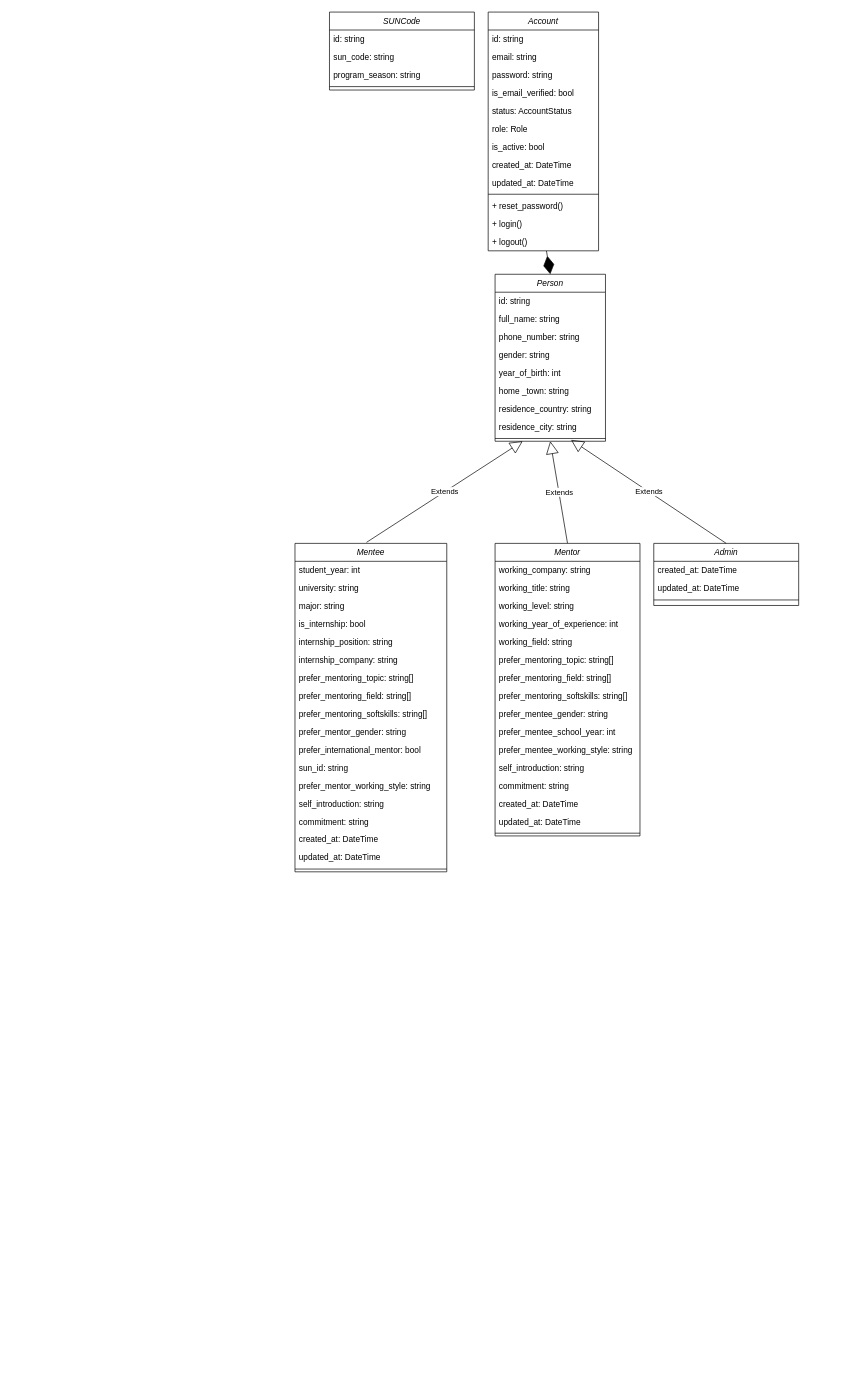
Before: docs/scc_class_diagram.drawio in scc-big-buddy-liltle-buddy/documentation, a draw.io diagram. Source tidied: cells renumbered, new cells numbered last; positions are measured from the earlier drawing's top-left corner, leaving out a move shared by most shapes. Both pictures are drawn from the tidied source at 69%, with x=0, y=0 at pixel (295, 12).
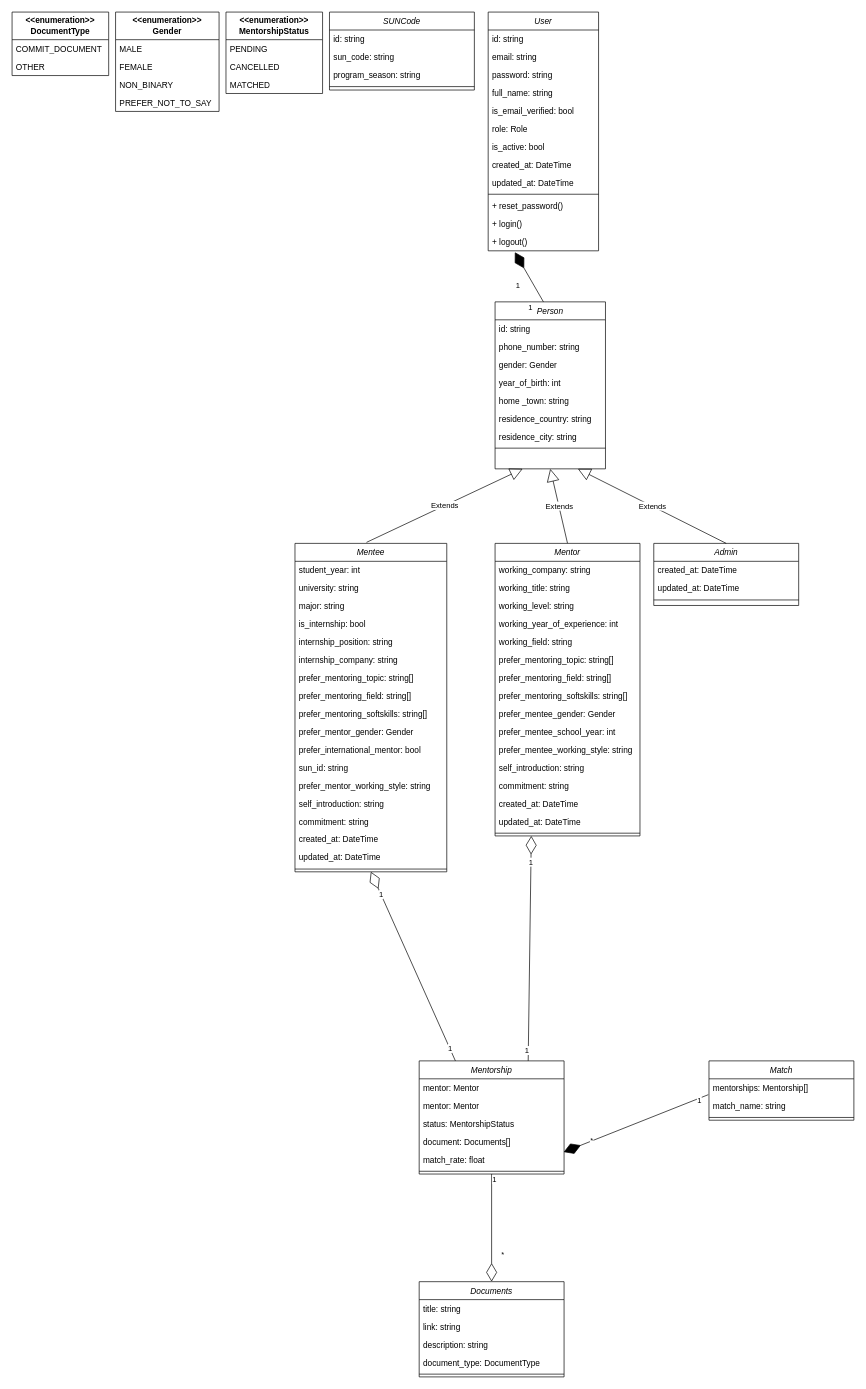
The same page after the edit.

The change refers to these unchanged cells:
```xml
<mxCell id="15" value="+ logout()" style="text;align=left;verticalAlign=top;spacingLeft=4;spacingRight=4;overflow=hidden;points=[[0,0.5],[1,0.5]];portConstraint=eastwest;" parent="2" vertex="1">
  <mxGeometry y="320" width="160" height="26" as="geometry" />
</mxCell>
<mxCell id="29" value="Mentee" style="swimlane;fontStyle=2;align=center;verticalAlign=top;horizontal=1;startSize=26;rounded=0;shadow=0;strokeWidth=1;" parent="1" vertex="1">
  <mxGeometry y="770" width="220" height="476" as="geometry" />
</mxCell>
<mxCell id="48" value="Mentor" style="swimlane;fontStyle=2;align=center;verticalAlign=top;horizontal=1;startSize=26;rounded=0;shadow=0;strokeWidth=1;" parent="1" vertex="1">
  <mxGeometry x="290" y="770" width="210" height="424" as="geometry" />
</mxCell>
<mxCell id="65" value="Admin" style="swimlane;fontStyle=2;align=center;verticalAlign=top;horizontal=1;startSize=26;rounded=0;shadow=0;strokeWidth=1;" parent="1" vertex="1">
  <mxGeometry x="520" y="770" width="210" height="90" as="geometry" />
</mxCell>
```

Diff of the diagram source:
```diff
@@
-    <mxCell id="2" value="Account" style="swimlane;fontStyle=2;align=center;verticalAlign=top;horizontal=1;startSize=26;rounded=0;shadow=0;strokeWidth=1;" parent="1" vertex="1">
+    <mxCell id="2" value="User" style="swimlane;fontStyle=2;align=center;verticalAlign=top;horizontal=1;startSize=26;rounded=0;shadow=0;strokeWidth=1;" parent="1" vertex="1">
       <mxGeometry x="280" width="160" height="346" as="geometry" />
     </mxCell>
@@
+    <mxCell id="19" value="full_name: string" style="text;align=left;verticalAlign=top;spacingLeft=4;spacingRight=4;overflow=hidden;rounded=0;shadow=0;html=0;" parent="2" vertex="1">
+      <mxGeometry y="104" width="160" height="26" as="geometry" />
+    </mxCell>
     <mxCell id="6" value="is_email_verified: bool" style="text;align=left;verticalAlign=top;spacingLeft=4;spacingRight=4;overflow=hidden;rounded=0;shadow=0;html=0;" parent="2" vertex="1">
-      <mxGeometry y="104" width="160" height="26" as="geometry" />
+      <mxGeometry y="130" width="160" height="26" as="geometry" />
     </mxCell>
-    <mxCell id="7" value="status: AccountStatus" style="text;align=left;verticalAlign=top;spacingLeft=4;spacingRight=4;overflow=hidden;rounded=0;shadow=0;html=0;" parent="2" vertex="1">
-      <mxGeometry y="130" width="160" height="26" as="geometry" />
-    </mxCell>
@@
-    <mxCell id="16" style="endArrow=diamondThin;endFill=1;endSize=24;html=1;rounded=0;exitX=0.528;exitY=1.005;exitDx=0;exitDy=0;exitPerimeter=0;entryX=0.5;entryY=0;entryDx=0;entryDy=0;" parent="1" edge="1" source="15" target="17">
-      <mxGeometry relative="1" as="geometry" />
-    </mxCell>
     <mxCell id="17" value="Person" style="swimlane;fontStyle=2;align=center;verticalAlign=top;horizontal=1;startSize=26;rounded=0;shadow=0;strokeWidth=1;" parent="1" vertex="1">
-      <mxGeometry x="290" y="380" width="160" height="242" as="geometry" />
+      <mxGeometry x="290" y="420" width="160" height="242" as="geometry" />
     </mxCell>
@@
-    <mxCell id="19" value="full_name: string" style="text;align=left;verticalAlign=top;spacingLeft=4;spacingRight=4;overflow=hidden;" parent="17" vertex="1">
-      <mxGeometry y="52" width="160" height="26" as="geometry" />
-    </mxCell>
     <mxCell id="20" value="phone_number: string" style="text;align=left;verticalAlign=top;spacingLeft=4;spacingRight=4;overflow=hidden;" parent="17" vertex="1">
-      <mxGeometry y="78" width="160" height="26" as="geometry" />
+      <mxGeometry y="52" width="160" height="26" as="geometry" />
     </mxCell>
-    <mxCell id="21" value="gender: string" style="text;align=left;verticalAlign=top;spacingLeft=4;spacingRight=4;overflow=hidden;" parent="17" vertex="1">
-      <mxGeometry y="104" width="160" height="26" as="geometry" />
+    <mxCell id="21" value="gender: Gender" style="text;align=left;verticalAlign=top;spacingLeft=4;spacingRight=4;overflow=hidden;" parent="17" vertex="1">
+      <mxGeometry y="78" width="160" height="26" as="geometry" />
     </mxCell>
     <mxCell id="22" value="year_of_birth: int" style="text;align=left;verticalAlign=top;spacingLeft=4;spacingRight=4;overflow=hidden;" parent="17" vertex="1">
-      <mxGeometry y="130" width="160" height="26" as="geometry" />
+      <mxGeometry y="104" width="160" height="26" as="geometry" />
     </mxCell>
     <mxCell id="23" value="home _town: string" style="text;align=left;verticalAlign=top;spacingLeft=4;spacingRight=4;overflow=hidden;" parent="17" vertex="1">
-      <mxGeometry y="156" width="160" height="26" as="geometry" />
+      <mxGeometry y="130" width="160" height="26" as="geometry" />
     </mxCell>
     <mxCell id="24" value="residence_country: string" style="text;align=left;verticalAlign=top;spacingLeft=4;spacingRight=4;overflow=hidden;" parent="17" vertex="1">
-      <mxGeometry y="182" width="160" height="26" as="geometry" />
+      <mxGeometry y="156" width="160" height="26" as="geometry" />
     </mxCell>
     <mxCell id="25" value="residence_city: string" style="text;align=left;verticalAlign=top;spacingLeft=4;spacingRight=4;overflow=hidden;" parent="17" vertex="1">
-      <mxGeometry y="208" width="160" height="26" as="geometry" />
+      <mxGeometry y="182" width="160" height="26" as="geometry" />
     </mxCell>
     <mxCell id="26" style="line;html=1;strokeWidth=1;align=left;verticalAlign=middle;spacingTop=-1;spacingLeft=3;spacingRight=3;labelPosition=right;points=[];portConstraint=eastwest;" parent="17" vertex="1">
-      <mxGeometry y="234" width="160" height="8" as="geometry" />
+      <mxGeometry y="208" width="160" height="8" as="geometry" />
     </mxCell>
@@
-    <mxCell id="39" value="prefer_mentor_gender: string" style="text;align=left;verticalAlign=top;spacingLeft=4;spacingRight=4;overflow=hidden;rounded=0;shadow=0;html=0;" parent="29" vertex="1">
+    <mxCell id="39" value="prefer_mentor_gender: Gender" style="text;align=left;verticalAlign=top;spacingLeft=4;spacingRight=4;overflow=hidden;rounded=0;shadow=0;html=0;" parent="29" vertex="1">
       <mxGeometry y="260" width="220" height="26" as="geometry" />
     </mxCell>
@@
-    <mxCell id="57" value="prefer_mentee_gender: string" style="text;align=left;verticalAlign=top;spacingLeft=4;spacingRight=4;overflow=hidden;rounded=0;shadow=0;html=0;" parent="48" vertex="1">
+    <mxCell id="57" value="prefer_mentee_gender: Gender" style="text;align=left;verticalAlign=top;spacingLeft=4;spacingRight=4;overflow=hidden;rounded=0;shadow=0;html=0;" parent="48" vertex="1">
       <mxGeometry y="234" width="210" height="26" as="geometry" />
     </mxCell>
@@
-    <mxCell id="69" value="Extends" style="endArrow=block;endSize=16;endFill=0;html=1;rounded=0;exitX=0.5;exitY=0;exitDx=0;exitDy=0;entryX=0.688;entryY=0.75;entryDx=0;entryDy=0;entryPerimeter=0;" parent="1" edge="1" source="65" target="26">
+    <mxCell id="69" value="Extends" style="endArrow=block;endSize=16;endFill=0;html=1;rounded=0;exitX=0.5;exitY=0;exitDx=0;exitDy=0;entryX=0.75;entryY=1;entryDx=0;entryDy=0;" parent="1" edge="1" source="65" target="17">
       <mxGeometry relative="1" as="geometry" />
     </mxCell>
@@
+    <mxCell id="75" value="Match" style="swimlane;fontStyle=2;align=center;verticalAlign=top;horizontal=1;startSize=26;rounded=0;shadow=0;strokeWidth=1;" parent="1" vertex="1">
+      <mxGeometry x="600" y="1520" width="210" height="86" as="geometry" />
+    </mxCell>
+    <mxCell id="76" value="mentorships: Mentorship[]" style="text;align=left;verticalAlign=top;spacingLeft=4;spacingRight=4;overflow=hidden;points=[[0,0.5],[1,0.5]];portConstraint=eastwest;rounded=0;shadow=0;html=0;" parent="75" vertex="1">
+      <mxGeometry y="26" width="210" height="26" as="geometry" />
+    </mxCell>
+    <mxCell id="77" value="match_name: string" style="text;align=left;verticalAlign=top;spacingLeft=4;spacingRight=4;overflow=hidden;rounded=0;shadow=0;html=0;" parent="75" vertex="1">
+      <mxGeometry y="52" width="210" height="26" as="geometry" />
+    </mxCell>
+    <mxCell id="78" style="line;html=1;strokeWidth=1;align=left;verticalAlign=middle;spacingTop=-1;spacingLeft=3;spacingRight=3;labelPosition=right;" parent="75" vertex="1">
+      <mxGeometry y="78" width="210" height="8" as="geometry" />
+    </mxCell>
+    <mxCell id="79" value="Mentorship" style="swimlane;fontStyle=2;align=center;verticalAlign=top;horizontal=1;startSize=26;rounded=0;shadow=0;strokeWidth=1;" parent="1" vertex="1">
+      <mxGeometry x="180" y="1520" width="210" height="164" as="geometry" />
+    </mxCell>
+    <mxCell id="80" value="mentor: Mentor    " style="text;align=left;verticalAlign=top;spacingLeft=4;spacingRight=4;overflow=hidden;rounded=0;shadow=0;html=0;" parent="79" vertex="1">
+      <mxGeometry y="26" width="210" height="26" as="geometry" />
+    </mxCell>
+    <mxCell id="81" value="mentor: Mentor    " style="text;align=left;verticalAlign=top;spacingLeft=4;spacingRight=4;overflow=hidden;rounded=0;shadow=0;html=0;" parent="79" vertex="1">
+      <mxGeometry y="52" width="210" height="26" as="geometry" />
+    </mxCell>
+    <mxCell id="82" value="status: MentorshipStatus" style="text;align=left;verticalAlign=top;spacingLeft=4;spacingRight=4;overflow=hidden;rounded=0;shadow=0;html=0;" parent="79" vertex="1">
+      <mxGeometry y="78" width="210" height="26" as="geometry" />
+    </mxCell>
+    <mxCell id="83" value="document: Documents[]" style="text;align=left;verticalAlign=top;spacingLeft=4;spacingRight=4;overflow=hidden;rounded=0;shadow=0;html=0;" parent="79" vertex="1">
+      <mxGeometry y="104" width="210" height="26" as="geometry" />
+    </mxCell>
+    <mxCell id="84" value="match_rate: float " style="text;align=left;verticalAlign=top;spacingLeft=4;spacingRight=4;overflow=hidden;points=[[0,0.5],[1,0.5]];portConstraint=eastwest;rounded=0;shadow=0;html=0;" parent="79" vertex="1">
+      <mxGeometry y="130" width="210" height="26" as="geometry" />
+    </mxCell>
+    <mxCell id="85" style="line;html=1;strokeWidth=1;align=left;verticalAlign=middle;spacingTop=-1;spacingLeft=3;spacingRight=3;labelPosition=right;" parent="79" vertex="1">
+      <mxGeometry y="156" width="210" height="8" as="geometry" />
+    </mxCell>
+    <mxCell id="16" style="endArrow=diamondThin;endFill=1;endSize=24;html=1;rounded=0;entryX=0.242;entryY=1.079;entryDx=0;entryDy=0;exitX=0.438;exitY=0;exitDx=0;exitDy=0;entryPerimeter=0;exitPerimeter=0;" parent="1" edge="1" source="17" target="15">
+      <mxGeometry relative="1" as="geometry" />
+    </mxCell>
+    <mxCell id="86" value="1" style="edgeLabel;html=1;align=center;verticalAlign=middle;" parent="16" vertex="1">
+      <mxGeometry x="-0.92" y="-1" relative="1" as="geometry">
+        <mxPoint x="-19" y="11" as="offset" />
+      </mxGeometry>
+    </mxCell>
+    <mxCell id="87" value="1" style="edgeLabel;html=1;align=center;verticalAlign=middle;" parent="16" vertex="1">
+      <mxGeometry y="1" relative="1" as="geometry">
+        <mxPoint x="-16" y="12" as="offset" />
+      </mxGeometry>
+    </mxCell>
+    <mxCell id="88" style="endArrow=diamondThin;endFill=0;endSize=24;html=1;rounded=0;exitX=0.25;exitY=0;exitDx=0;exitDy=0;entryX=0.5;entryY=1;entryDx=0;entryDy=0;" parent="1" edge="1" source="79" target="29">
+      <mxGeometry relative="1" as="geometry" />
+    </mxCell>
+    <mxCell id="89" value="1" style="edgeLabel;html=1;align=center;verticalAlign=middle;" parent="88" vertex="1">
+      <mxGeometry x="-0.87" relative="1" as="geometry" />
+    </mxCell>
+    <mxCell id="90" value="1" style="edgeLabel;html=1;align=center;verticalAlign=middle;" parent="88" vertex="1">
+      <mxGeometry x="0.76" relative="1" as="geometry" />
+    </mxCell>
+    <mxCell id="91" style="endArrow=diamondThin;endFill=0;endSize=24;html=1;rounded=0;entryX=0.25;entryY=1;entryDx=0;entryDy=0;" parent="1" edge="1" target="48">
+      <mxGeometry relative="1" as="geometry">
+        <mxPoint x="338" y="1520" as="sourcePoint" />
+      </mxGeometry>
+    </mxCell>
+    <mxCell id="92" value="1" style="edgeLabel;html=1;align=center;verticalAlign=middle;" parent="91" vertex="1">
+      <mxGeometry x="0.77" relative="1" as="geometry" />
+    </mxCell>
+    <mxCell id="93" value="1" style="edgeLabel;html=1;align=center;verticalAlign=middle;" parent="91" vertex="1">
+      <mxGeometry x="-0.91" y="3" relative="1" as="geometry" />
+    </mxCell>
+    <mxCell id="94" style="endArrow=diamondThin;endFill=1;endSize=24;html=1;rounded=0;exitX=-0.005;exitY=0.885;exitDx=0;exitDy=0;exitPerimeter=0;entryX=0.997;entryY=0.085;entryDx=0;entryDy=0;entryPerimeter=0;" parent="1" edge="1" source="76" target="84">
+      <mxGeometry relative="1" as="geometry" />
+    </mxCell>
+    <mxCell id="95" value="1" style="edgeLabel;html=1;align=center;verticalAlign=middle;" parent="94" vertex="1">
+      <mxGeometry x="-0.87" y="2" relative="1" as="geometry" />
+    </mxCell>
+    <mxCell id="96" value="*" style="edgeLabel;html=1;align=center;verticalAlign=middle;" parent="94" vertex="1">
+      <mxGeometry x="0.61" y="-2" relative="1" as="geometry" />
+    </mxCell>
+    <mxCell id="97" value="&lt;div&gt;&lt;span&gt;&amp;lt;&amp;lt;enumeration&amp;gt;&amp;gt;&lt;/span&gt;&lt;/div&gt;&lt;span&gt;MentorshipStatus&lt;/span&gt;" style="swimlane;fontStyle=1;horizontal=1;startSize=40;fillColor=none;whiteSpace=wrap;html=1;" parent="1" vertex="1">
+      <mxGeometry x="-100" width="140" height="118" as="geometry" />
+    </mxCell>
+    <mxCell id="98" value="PENDING" style="text;strokeColor=none;fillColor=none;align=left;verticalAlign=top;spacingLeft=4;spacingRight=4;overflow=hidden;whiteSpace=wrap;html=1;" parent="97" vertex="1">
+      <mxGeometry y="40" width="140" height="26" as="geometry" />
+    </mxCell>
+    <mxCell id="99" value="CANCELLED" style="text;strokeColor=none;fillColor=none;align=left;verticalAlign=top;spacingLeft=4;spacingRight=4;overflow=hidden;whiteSpace=wrap;html=1;" parent="97" vertex="1">
+      <mxGeometry y="66" width="140" height="26" as="geometry" />
+    </mxCell>
+    <mxCell id="100" value="MATCHED" style="text;strokeColor=none;fillColor=none;align=left;verticalAlign=top;spacingLeft=4;spacingRight=4;overflow=hidden;whiteSpace=wrap;html=1;" parent="97" vertex="1">
+      <mxGeometry y="92" width="140" height="26" as="geometry" />
+    </mxCell>
+    <mxCell id="101" value="Documents" style="swimlane;fontStyle=2;align=center;verticalAlign=top;horizontal=1;startSize=26;rounded=0;shadow=0;strokeWidth=1;" parent="1" vertex="1">
+      <mxGeometry x="180" y="1840" width="210" height="138" as="geometry" />
+    </mxCell>
+    <mxCell id="102" value="title: string" style="text;align=left;verticalAlign=top;spacingLeft=4;spacingRight=4;overflow=hidden;rounded=0;shadow=0;html=0;" parent="101" vertex="1">
+      <mxGeometry y="26" width="210" height="26" as="geometry" />
+    </mxCell>
+    <mxCell id="103" value="link: string" style="text;align=left;verticalAlign=top;spacingLeft=4;spacingRight=4;overflow=hidden;rounded=0;shadow=0;html=0;" parent="101" vertex="1">
+      <mxGeometry y="52" width="210" height="26" as="geometry" />
+    </mxCell>
+    <mxCell id="104" value="description: string" style="text;align=left;verticalAlign=top;spacingLeft=4;spacingRight=4;overflow=hidden;rounded=0;shadow=0;html=0;" parent="101" vertex="1">
+      <mxGeometry y="78" width="210" height="26" as="geometry" />
+    </mxCell>
+    <mxCell id="105" value="document_type: DocumentType" style="text;align=left;verticalAlign=top;spacingLeft=4;spacingRight=4;overflow=hidden;rounded=0;shadow=0;html=0;" parent="101" vertex="1">
+      <mxGeometry y="104" width="210" height="26" as="geometry" />
+    </mxCell>
+    <mxCell id="106" style="line;html=1;strokeWidth=1;align=left;verticalAlign=middle;spacingTop=-1;spacingLeft=3;spacingRight=3;labelPosition=right;" parent="101" vertex="1">
+      <mxGeometry y="130" width="210" height="8" as="geometry" />
+    </mxCell>
+    <mxCell id="107" style="endArrow=diamondThin;endFill=0;endSize=24;html=1;rounded=0;entryX=0.5;entryY=0;entryDx=0;entryDy=0;exitX=0.5;exitY=1;exitDx=0;exitDy=0;" parent="1" edge="1" source="79" target="101">
+      <mxGeometry relative="1" as="geometry" />
+    </mxCell>
+    <mxCell id="108" value="*" style="edgeLabel;html=1;align=center;verticalAlign=middle;" parent="107" vertex="1">
+      <mxGeometry x="0.77" relative="1" as="geometry">
+        <mxPoint x="15" y="-22" as="offset" />
+      </mxGeometry>
+    </mxCell>
+    <mxCell id="109" value="1" style="edgeLabel;html=1;align=center;verticalAlign=middle;" parent="107" vertex="1">
+      <mxGeometry x="-0.91" y="3" relative="1" as="geometry" />
+    </mxCell>
+    <mxCell id="110" value="&lt;div&gt;&lt;span&gt;&amp;lt;&amp;lt;enumeration&amp;gt;&amp;gt;&lt;/span&gt;&lt;/div&gt;&lt;span&gt;DocumentType&lt;/span&gt;" style="swimlane;fontStyle=1;horizontal=1;startSize=40;fillColor=none;whiteSpace=wrap;html=1;" parent="1" vertex="1">
+      <mxGeometry x="-410" width="140" height="92" as="geometry" />
+    </mxCell>
+    <mxCell id="111" value="COMMIT_DOCUMENT" style="text;strokeColor=none;fillColor=none;align=left;verticalAlign=top;spacingLeft=4;spacingRight=4;overflow=hidden;whiteSpace=wrap;html=1;" parent="110" vertex="1">
+      <mxGeometry y="40" width="140" height="26" as="geometry" />
+    </mxCell>
+    <mxCell id="112" value="OTHER" style="text;strokeColor=none;fillColor=none;align=left;verticalAlign=top;spacingLeft=4;spacingRight=4;overflow=hidden;whiteSpace=wrap;html=1;" parent="110" vertex="1">
+      <mxGeometry y="66" width="140" height="26" as="geometry" />
+    </mxCell>
+    <mxCell id="113" value="&lt;div&gt;&lt;span&gt;&amp;lt;&amp;lt;enumeration&amp;gt;&amp;gt;&lt;br&gt;Gender&lt;/span&gt;&lt;/div&gt;" style="swimlane;fontStyle=1;horizontal=1;startSize=40;fillColor=none;whiteSpace=wrap;html=1;" parent="1" vertex="1">
+      <mxGeometry x="-260" width="150" height="144" as="geometry" />
+    </mxCell>
+    <mxCell id="114" value="MALE&lt;span style=&quot;white-space: pre;&quot;&gt;&#9;&lt;/span&gt;" style="text;strokeColor=none;fillColor=none;align=left;verticalAlign=top;spacingLeft=4;spacingRight=4;overflow=hidden;whiteSpace=wrap;html=1;" parent="113" vertex="1">
+      <mxGeometry y="40" width="150" height="26" as="geometry" />
+    </mxCell>
+    <mxCell id="115" value="FEMALE" style="text;strokeColor=none;fillColor=none;align=left;verticalAlign=top;spacingLeft=4;spacingRight=4;overflow=hidden;whiteSpace=wrap;html=1;" parent="113" vertex="1">
+      <mxGeometry y="66" width="150" height="26" as="geometry" />
+    </mxCell>
+    <mxCell id="116" value="NON_BINARY" style="text;strokeColor=none;fillColor=none;align=left;verticalAlign=top;spacingLeft=4;spacingRight=4;overflow=hidden;whiteSpace=wrap;html=1;" parent="113" vertex="1">
+      <mxGeometry y="92" width="150" height="26" as="geometry" />
+    </mxCell>
+    <mxCell id="117" value="PREFER_NOT_TO_SAY" style="text;strokeColor=none;fillColor=none;align=left;verticalAlign=top;spacingLeft=4;spacingRight=4;overflow=hidden;whiteSpace=wrap;html=1;" parent="113" vertex="1">
+      <mxGeometry y="118" width="150" height="26" as="geometry" />
+    </mxCell>
```
